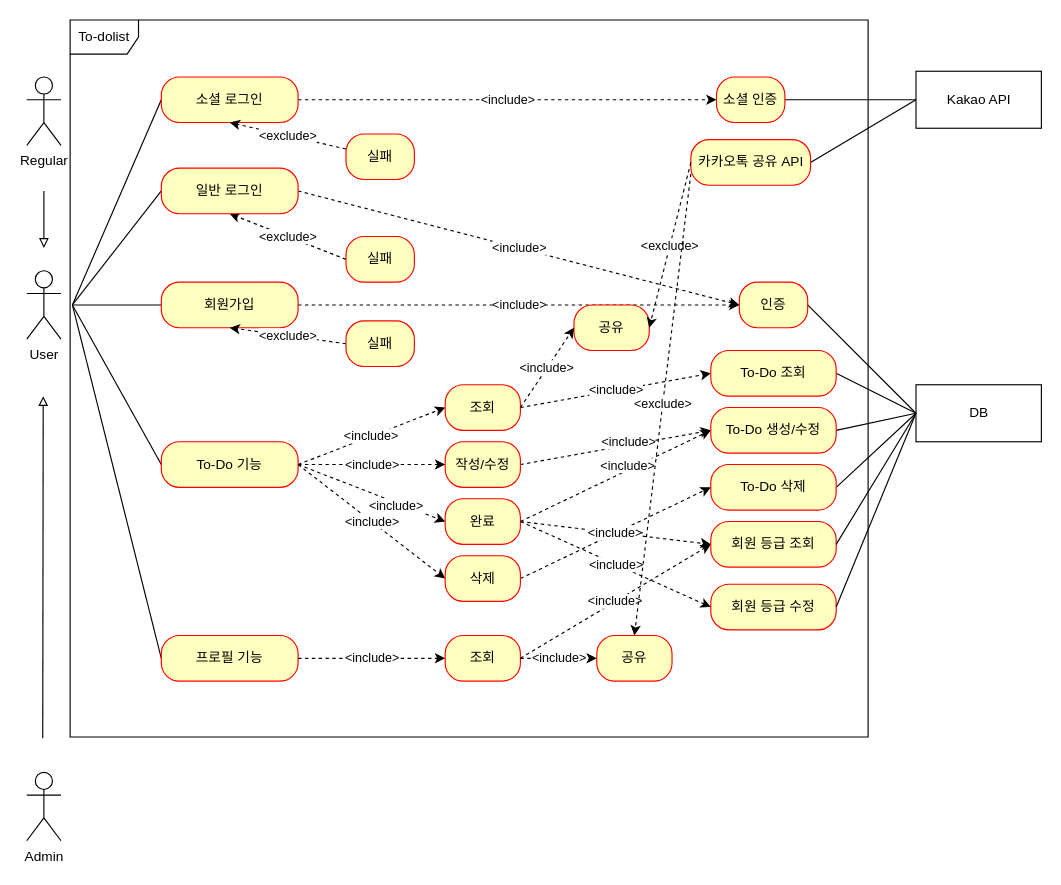
mrcocoball/To-Dolist keeps this draw.io diagram as documents/use-case.drawio. Above is the earlier version. Source tidied: cells renumbered, new cells numbered last; positions are measured from the earlier drawing's top-left corner, leaving out a move shared by most shapes. Both pictures are drawn from the tidied source at 114%, with x=0, y=0 at pixel (26, 19).
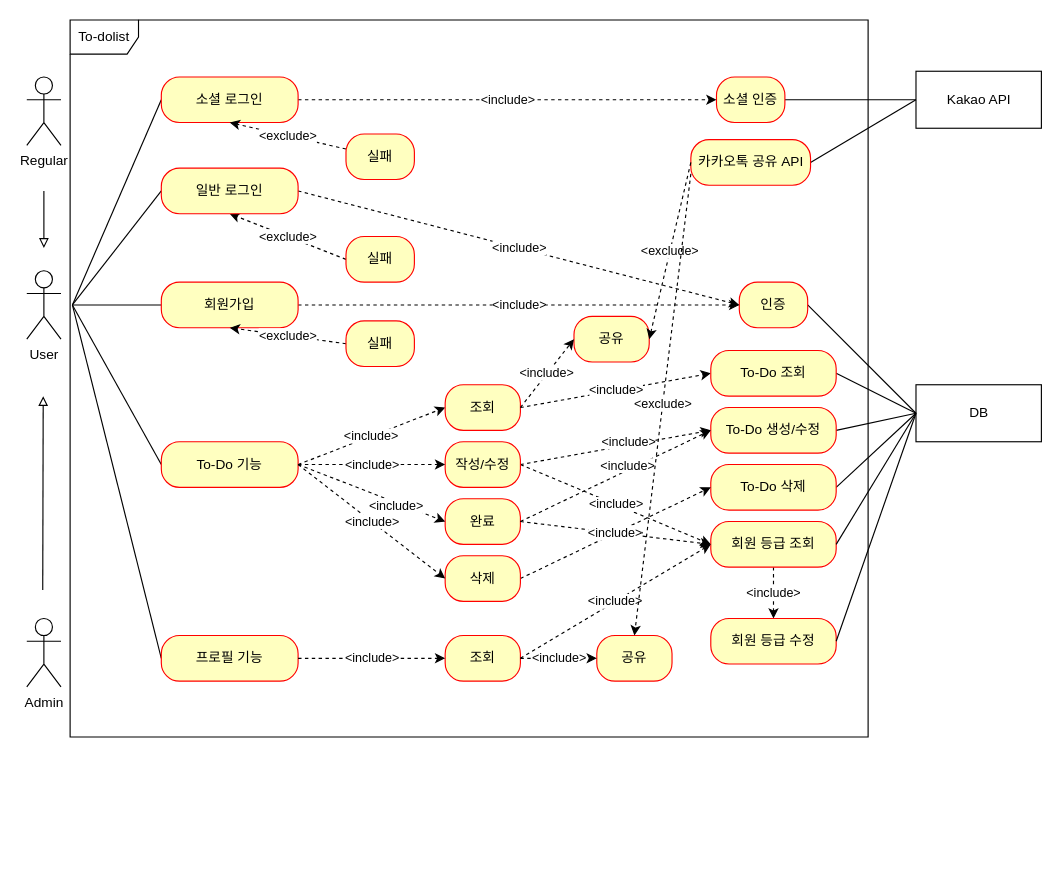
After the change.

Commit message:
#42 - use-case 수정

The change refers to these unchanged cells:
```xml
<mxCell id="43" value="작성/수정" style="rounded=1;whiteSpace=wrap;html=1;arcSize=40;fontColor=#000000;fillColor=#ffffc0;strokeColor=#ff0000;" parent="1" vertex="1">
  <mxGeometry x="367" y="370" width="66" height="40" as="geometry" />
</mxCell>
<mxCell id="45" value="완료" style="rounded=1;whiteSpace=wrap;html=1;arcSize=40;fontColor=#000000;fillColor=#ffffc0;strokeColor=#ff0000;" parent="1" vertex="1">
  <mxGeometry x="367" y="420" width="66" height="40" as="geometry" />
</mxCell>
<mxCell id="56" value="회원 등급 조회" style="rounded=1;whiteSpace=wrap;html=1;arcSize=40;fontColor=#000000;fillColor=#ffffc0;strokeColor=#ff0000;" parent="1" vertex="1">
  <mxGeometry x="600" y="440" width="110" height="40" as="geometry" />
</mxCell>
```

Change to the diagram source:
```diff
@@
     <mxCell id="22" style="edgeStyle=none;rounded=0;orthogonalLoop=1;jettySize=auto;html=1;endArrow=block;endFill=0;" parent="1" edge="1">
       <mxGeometry relative="1" as="geometry">
-        <mxPoint x="14" y="630" as="sourcePoint" />
+        <mxPoint x="14" y="500" as="sourcePoint" />
         <mxPoint x="14.4" y="330" as="targetPoint" />
       </mxGeometry>
     </mxCell>
     <mxCell id="23" value="Admin" style="shape=umlActor;verticalLabelPosition=bottom;verticalAlign=top;html=1;" parent="1" vertex="1">
-      <mxGeometry y="660" width="30" height="60" as="geometry" />
+      <mxGeometry y="525" width="30" height="60" as="geometry" />
     </mxCell>
@@
+    <mxCell id="69" value="&amp;lt;include&amp;gt;" style="rounded=0;jettySize=auto;html=1;entryX=0;entryY=0.5;entryDx=0;entryDy=0;dashed=1;exitX=1;exitY=0.5;exitDx=0;exitDy=0;" parent="1" edge="1" source="43" target="56">
+      <mxGeometry relative="1" as="geometry" />
+    </mxCell>
@@
     <mxCell id="46" value="공유" style="rounded=1;whiteSpace=wrap;html=1;arcSize=40;fontColor=#000000;fillColor=#ffffc0;strokeColor=#ff0000;" parent="1" vertex="1">
-      <mxGeometry x="480" y="250" width="66" height="40" as="geometry" />
+      <mxGeometry x="480" y="260" width="66" height="40" as="geometry" />
     </mxCell>
@@
+    <mxCell id="70" value="&amp;lt;include&amp;gt;" style="edgeStyle=orthogonalEdgeStyle;rounded=0;jettySize=auto;html=1;entryX=0.5;entryY=0;entryDx=0;entryDy=0;dashed=1;" parent="1" edge="1" source="56" target="57">
+      <mxGeometry relative="1" as="geometry" />
+    </mxCell>
@@
     <mxCell id="57" value="회원 등급 수정" style="rounded=1;whiteSpace=wrap;html=1;arcSize=40;fontColor=#000000;fillColor=#ffffc0;strokeColor=#ff0000;" parent="1" vertex="1">
-      <mxGeometry x="600" y="495" width="110" height="40" as="geometry" />
+      <mxGeometry x="600" y="525" width="110" height="40" as="geometry" />
     </mxCell>
@@
-    <mxCell id="60" value="&amp;lt;include&amp;gt;" style="edgeStyle=none;rounded=0;jettySize=auto;html=1;entryX=0;entryY=0.5;entryDx=0;entryDy=0;dashed=1;endArrow=classic;endFill=1;exitX=1;exitY=0.5;exitDx=0;exitDy=0;" parent="1" edge="1" source="45" target="57">
-      <mxGeometry relative="1" as="geometry" />
-    </mxCell>
```
